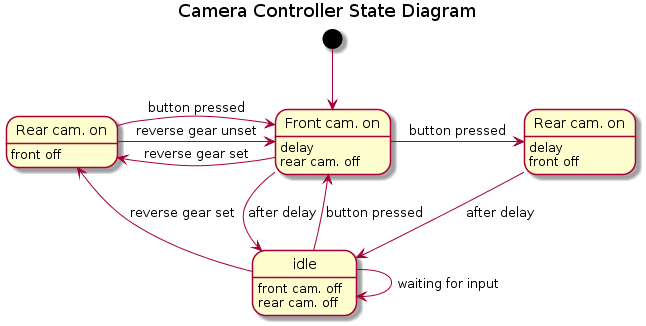
The PlantUML diagram images/state.png in markoweb/car-cam, before a commit.
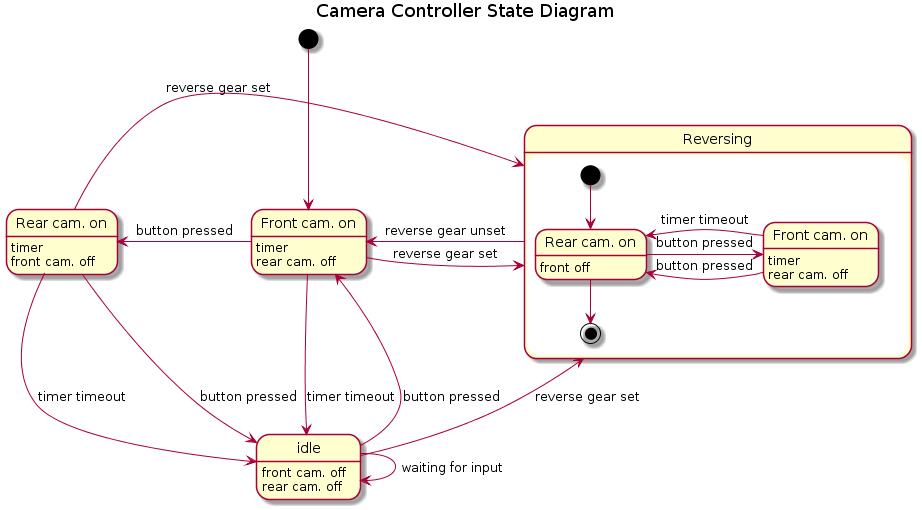
After the change.

Commit message:
State diagram update

Change to the diagram source:
```diff
@@ -5,29 +5,43 @@
 idle : front cam. off
 idle : rear cam. off
 
-state "Front cam. on" as frontDelay
-frontDelay : delay
-frontDelay : rear cam. off
+state "Front cam. on" as frontTimer
+frontTimer : timer
+frontTimer : rear cam. off
 
-state "Rear cam. on" as rearDelay
-rearDelay : delay
-rearDelay : front off
+state "Rear cam. on" as rearTimer
+rearTimer : timer
+rearTimer : front cam. off
 
-state "Rear cam. on" as rearOn
-rearOn : front off
+state "Reversing" as reversing {
+    state "Rear cam. on" as reversingRearOn
+    reversingRearOn : front off
 
-[*] --> frontDelay
+    state "Front cam. on" as reveringFrontTimer
+    reveringFrontTimer : timer
+    reveringFrontTimer : rear cam. off
 
-frontDelay -> rearDelay : button pressed
-frontDelay --> idle : after delay
-frontDelay -left-> rearOn : reverse gear set
+    [*] --> reversingRearOn
+    reversingRearOn -> reveringFrontTimer : button pressed
+    reveringFrontTimer -> reversingRearOn : timer timeout
+    reveringFrontTimer -> reversingRearOn : button pressed
+    reversingRearOn --> [*]
+}
+
+[*] --> frontTimer
+
+frontTimer --> idle : timer timeout
+frontTimer -left-> rearTimer : button pressed
+frontTimer -> reversing : reverse gear set
 
 idle -> idle : waiting for input
-idle --> rearOn : reverse gear set
-idle --> frontDelay : button pressed
+idle --> reversing : reverse gear set
+idle --> frontTimer : button pressed
 
-rearOn -> frontDelay : reverse gear unset
-rearOn -> frontDelay : button pressed
+rearTimer --> idle : timer timeout
+rearTimer --> idle : button pressed
+rearTimer --> reversing : reverse gear set
 
-rearDelay --> idle : after delay
+
+reversing -> frontTimer : reverse gear unset
 @enduml
```
